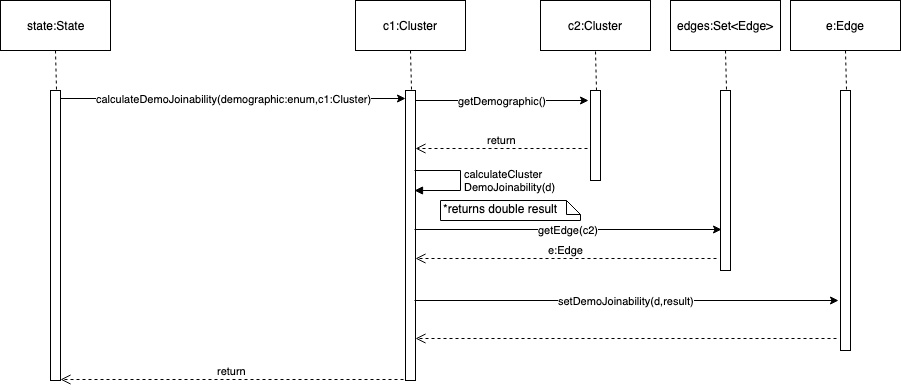
Above: Presentation/SequenceDiagrams/24. Use demographic data in the joinability function .png in Randypaquette13/CSE308New (draw.io), before the change. Source tidied: cells renumbered, new cells last; positions are measured from the earlier drawing's top-left corner, leaving out a move shared by most shapes. Source of this version:
```xml
<mxGraphModel>
  <root>
    <mxCell id="0" />
    <mxCell id="1" parent="0" />
    <mxCell id="2" style="html=1;points=[];perimeter=orthogonalPerimeter;" parent="1" vertex="1">
      <mxGeometry x="50" y="90" width="10" height="290" as="geometry" />
    </mxCell>
    <mxCell id="3" value="state:State" style="html=1;" parent="1" vertex="1">
      <mxGeometry width="110" height="50" as="geometry" />
    </mxCell>
    <mxCell id="4" style="endArrow=none;dashed=1;html=1;entryX=0.5;entryY=1;entryDx=0;entryDy=0;exitX=0.6;exitY=-0.004;exitDx=0;exitDy=0;exitPerimeter=0;" parent="1" edge="1" source="2" target="3">
      <mxGeometry relative="1" as="geometry" />
    </mxCell>
    <mxCell id="5" style="html=1;points=[];perimeter=orthogonalPerimeter;" parent="1" vertex="1">
      <mxGeometry x="405" y="90" width="10" height="290" as="geometry" />
    </mxCell>
    <mxCell id="6" value="c1:Cluster" style="html=1;" parent="1" vertex="1">
      <mxGeometry x="355" width="110" height="50" as="geometry" />
    </mxCell>
    <mxCell id="7" style="endArrow=none;dashed=1;html=1;entryX=0.5;entryY=1;entryDx=0;entryDy=0;exitX=0.6;exitY=-0.004;exitDx=0;exitDy=0;exitPerimeter=0;" parent="1" edge="1" source="5" target="6">
      <mxGeometry relative="1" as="geometry" />
    </mxCell>
    <mxCell id="8" value="calculateDemoJoinability(demographic:enum,c1:Cluster)" style="endArrow=classic;html=1;exitX=1;exitY=0.026;exitDx=0;exitDy=0;exitPerimeter=0;entryX=0;entryY=0.026;entryDx=0;entryDy=0;entryPerimeter=0;" parent="1" edge="1" source="2" target="5">
      <mxGeometry relative="1" as="geometry" />
    </mxCell>
    <mxCell id="9" style="html=1;points=[];perimeter=orthogonalPerimeter;" parent="1" vertex="1">
      <mxGeometry x="590" y="90" width="10" height="90" as="geometry" />
    </mxCell>
    <mxCell id="10" value="c2:Cluster" style="html=1;" parent="1" vertex="1">
      <mxGeometry x="540" width="110" height="50" as="geometry" />
    </mxCell>
    <mxCell id="11" style="endArrow=none;dashed=1;html=1;entryX=0.5;entryY=1;entryDx=0;entryDy=0;exitX=0.6;exitY=-0.004;exitDx=0;exitDy=0;exitPerimeter=0;" parent="1" edge="1" source="9" target="10">
      <mxGeometry relative="1" as="geometry" />
    </mxCell>
    <mxCell id="12" style="html=1;points=[];perimeter=orthogonalPerimeter;" parent="1" vertex="1">
      <mxGeometry x="840" y="90" width="10" height="260" as="geometry" />
    </mxCell>
    <mxCell id="13" value="e:Edge" style="html=1;" parent="1" vertex="1">
      <mxGeometry x="790" width="110" height="50" as="geometry" />
    </mxCell>
    <mxCell id="14" style="endArrow=none;dashed=1;html=1;entryX=0.5;entryY=1;entryDx=0;entryDy=0;exitX=0.6;exitY=-0.004;exitDx=0;exitDy=0;exitPerimeter=0;" parent="1" edge="1" source="12" target="13">
      <mxGeometry relative="1" as="geometry" />
    </mxCell>
    <mxCell id="15" style="html=1;points=[];perimeter=orthogonalPerimeter;" parent="1" vertex="1">
      <mxGeometry x="720" y="90" width="10" height="180" as="geometry" />
    </mxCell>
    <mxCell id="16" value="edges:Set&amp;lt;Edge&amp;gt;" style="html=1;" parent="1" vertex="1">
      <mxGeometry x="670" width="110" height="50" as="geometry" />
    </mxCell>
    <mxCell id="17" style="endArrow=none;dashed=1;html=1;entryX=0.5;entryY=1;entryDx=0;entryDy=0;exitX=0.6;exitY=-0.004;exitDx=0;exitDy=0;exitPerimeter=0;" parent="1" edge="1" source="15" target="16">
      <mxGeometry relative="1" as="geometry" />
    </mxCell>
    <mxCell id="18" value="getDemographic()" style="endArrow=classic;html=1;exitX=1.1;exitY=0.017;exitDx=0;exitDy=0;exitPerimeter=0;" parent="1" edge="1">
      <mxGeometry relative="1" as="geometry">
        <mxPoint x="415" y="100" as="sourcePoint" />
        <mxPoint x="588" y="100" as="targetPoint" />
      </mxGeometry>
    </mxCell>
    <mxCell id="19" value="getEdge(c2)" style="endArrow=classic;html=1;entryX=0.1;entryY=0.772;entryDx=0;entryDy=0;entryPerimeter=0;" parent="1" edge="1" target="15">
      <mxGeometry relative="1" as="geometry">
        <mxPoint x="414" y="229" as="sourcePoint" />
      </mxGeometry>
    </mxCell>
    <mxCell id="20" value="setDemoJoinability(d,result)" style="endArrow=classic;html=1;entryX=-0.2;entryY=0.808;entryDx=0;entryDy=0;entryPerimeter=0;" parent="1" edge="1" target="12">
      <mxGeometry relative="1" as="geometry">
        <mxPoint x="414" y="300" as="sourcePoint" />
      </mxGeometry>
    </mxCell>
    <mxCell id="21" value="return" style="html=1;verticalAlign=bottom;endArrow=open;dashed=1;endSize=8;exitX=-0.2;exitY=0.997;exitDx=0;exitDy=0;exitPerimeter=0;" parent="1" edge="1" source="5" target="2">
      <mxGeometry relative="1" as="geometry" />
    </mxCell>
    <mxCell id="22" value="return" style="html=1;verticalAlign=bottom;endArrow=open;dashed=1;endSize=8;exitX=-0.3;exitY=0.644;exitDx=0;exitDy=0;exitPerimeter=0;" parent="1" edge="1" source="9" target="5">
      <mxGeometry relative="1" as="geometry" />
    </mxCell>
    <mxCell id="23" value="e:Edge" style="html=1;verticalAlign=bottom;endArrow=open;dashed=1;endSize=8;exitX=-0.4;exitY=0.933;exitDx=0;exitDy=0;exitPerimeter=0;" parent="1" edge="1" source="15" target="5">
      <mxGeometry relative="1" as="geometry" />
    </mxCell>
    <mxCell id="24" style="html=1;verticalAlign=bottom;endArrow=open;dashed=1;endSize=8;exitX=-0.4;exitY=0.954;exitDx=0;exitDy=0;exitPerimeter=0;" parent="1" edge="1" source="12" target="5">
      <mxGeometry relative="1" as="geometry" />
    </mxCell>
    <mxCell id="25" value="calculateCluster&lt;br&gt;DemoJoinability(d)" style="edgeStyle=orthogonalEdgeStyle;html=1;align=left;spacingLeft=2;endArrow=block;rounded=0;" parent="1" edge="1">
      <mxGeometry relative="1" as="geometry">
        <mxPoint x="414" y="170" as="sourcePoint" />
        <mxPoint x="414" y="190" as="targetPoint" />
        <Array as="points">
          <mxPoint x="460" y="170" />
          <mxPoint x="460" y="190" />
          <mxPoint x="414" y="190" />
        </Array>
      </mxGeometry>
    </mxCell>
    <mxCell id="26" value="*returns double result" style="shape=note;whiteSpace=wrap;html=1;size=14;verticalAlign=top;align=left;spacingTop=-6;" parent="1" vertex="1">
      <mxGeometry x="440" y="200" width="140" height="20" as="geometry" />
    </mxCell>
  </root>
</mxGraphModel>
```
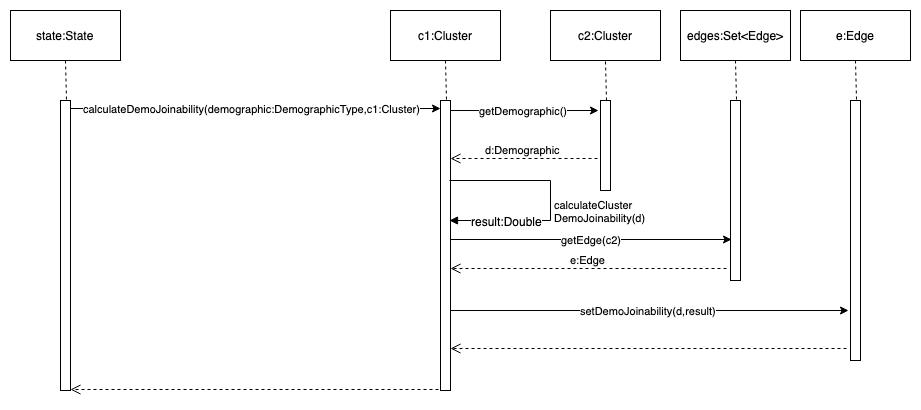
After the commit.

Commit message:
#24 Sequence Diagram

Change to the diagram source:
```diff
@@ -12,15 +12,15 @@
       <mxGeometry relative="1" as="geometry" />
     </mxCell>
     <mxCell id="5" style="html=1;points=[];perimeter=orthogonalPerimeter;" parent="1" vertex="1">
-      <mxGeometry x="405" y="90" width="10" height="290" as="geometry" />
+      <mxGeometry x="430" y="90" width="10" height="290" as="geometry" />
     </mxCell>
     <mxCell id="6" value="c1:Cluster" style="html=1;" parent="1" vertex="1">
-      <mxGeometry x="355" width="110" height="50" as="geometry" />
+      <mxGeometry x="380" width="110" height="50" as="geometry" />
     </mxCell>
     <mxCell id="7" style="endArrow=none;dashed=1;html=1;entryX=0.5;entryY=1;entryDx=0;entryDy=0;exitX=0.6;exitY=-0.004;exitDx=0;exitDy=0;exitPerimeter=0;" parent="1" edge="1" source="5" target="6">
       <mxGeometry relative="1" as="geometry" />
     </mxCell>
-    <mxCell id="8" value="calculateDemoJoinability(demographic:enum,c1:Cluster)" style="endArrow=classic;html=1;exitX=1;exitY=0.026;exitDx=0;exitDy=0;exitPerimeter=0;entryX=0;entryY=0.026;entryDx=0;entryDy=0;entryPerimeter=0;" parent="1" edge="1" source="2" target="5">
+    <mxCell id="8" value="calculateDemoJoinability(demographic:DemographicType,c1:Cluster)" style="endArrow=classic;html=1;exitX=1;exitY=0.026;exitDx=0;exitDy=0;exitPerimeter=0;entryX=0;entryY=0.026;entryDx=0;entryDy=0;entryPerimeter=0;" parent="1" edge="1" source="2" target="5">
       <mxGeometry relative="1" as="geometry" />
     </mxCell>
     <mxCell id="9" style="html=1;points=[];perimeter=orthogonalPerimeter;" parent="1" vertex="1">
@@ -50,26 +50,21 @@
     <mxCell id="17" style="endArrow=none;dashed=1;html=1;entryX=0.5;entryY=1;entryDx=0;entryDy=0;exitX=0.6;exitY=-0.004;exitDx=0;exitDy=0;exitPerimeter=0;" parent="1" edge="1" source="15" target="16">
       <mxGeometry relative="1" as="geometry" />
     </mxCell>
-    <mxCell id="18" value="getDemographic()" style="endArrow=classic;html=1;exitX=1.1;exitY=0.017;exitDx=0;exitDy=0;exitPerimeter=0;" parent="1" edge="1">
+    <mxCell id="18" value="getDemographic()" style="endArrow=classic;html=1;" parent="1" edge="1" source="5">
       <mxGeometry relative="1" as="geometry">
-        <mxPoint x="415" y="100" as="sourcePoint" />
         <mxPoint x="588" y="100" as="targetPoint" />
       </mxGeometry>
     </mxCell>
-    <mxCell id="19" value="getEdge(c2)" style="endArrow=classic;html=1;entryX=0.1;entryY=0.772;entryDx=0;entryDy=0;entryPerimeter=0;" parent="1" edge="1" target="15">
-      <mxGeometry relative="1" as="geometry">
-        <mxPoint x="414" y="229" as="sourcePoint" />
-      </mxGeometry>
+    <mxCell id="19" value="getEdge(c2)" style="endArrow=classic;html=1;entryX=0.1;entryY=0.772;entryDx=0;entryDy=0;entryPerimeter=0;" parent="1" edge="1" source="5" target="15">
+      <mxGeometry relative="1" as="geometry" />
     </mxCell>
-    <mxCell id="20" value="setDemoJoinability(d,result)" style="endArrow=classic;html=1;entryX=-0.2;entryY=0.808;entryDx=0;entryDy=0;entryPerimeter=0;" parent="1" edge="1" target="12">
-      <mxGeometry relative="1" as="geometry">
-        <mxPoint x="414" y="300" as="sourcePoint" />
-      </mxGeometry>
+    <mxCell id="20" value="setDemoJoinability(d,result)" style="endArrow=classic;html=1;entryX=-0.2;entryY=0.808;entryDx=0;entryDy=0;entryPerimeter=0;" parent="1" edge="1" source="5" target="12">
+      <mxGeometry relative="1" as="geometry" />
     </mxCell>
-    <mxCell id="21" value="return" style="html=1;verticalAlign=bottom;endArrow=open;dashed=1;endSize=8;exitX=-0.2;exitY=0.997;exitDx=0;exitDy=0;exitPerimeter=0;" parent="1" edge="1" source="5" target="2">
+    <mxCell id="21" style="html=1;verticalAlign=bottom;endArrow=open;dashed=1;endSize=8;exitX=-0.2;exitY=0.997;exitDx=0;exitDy=0;exitPerimeter=0;" parent="1" edge="1" source="5" target="2">
       <mxGeometry relative="1" as="geometry" />
     </mxCell>
-    <mxCell id="22" value="return" style="html=1;verticalAlign=bottom;endArrow=open;dashed=1;endSize=8;exitX=-0.3;exitY=0.644;exitDx=0;exitDy=0;exitPerimeter=0;" parent="1" edge="1" source="9" target="5">
+    <mxCell id="22" value="d:Demographic" style="html=1;verticalAlign=bottom;endArrow=open;dashed=1;endSize=8;exitX=-0.3;exitY=0.644;exitDx=0;exitDy=0;exitPerimeter=0;" parent="1" edge="1" source="9" target="5">
       <mxGeometry relative="1" as="geometry" />
     </mxCell>
     <mxCell id="23" value="e:Edge" style="html=1;verticalAlign=bottom;endArrow=open;dashed=1;endSize=8;exitX=-0.4;exitY=0.933;exitDx=0;exitDy=0;exitPerimeter=0;" parent="1" edge="1" source="15" target="5">
@@ -79,18 +74,17 @@
       <mxGeometry relative="1" as="geometry" />
     </mxCell>
     <mxCell id="25" value="calculateCluster&lt;br&gt;DemoJoinability(d)" style="edgeStyle=orthogonalEdgeStyle;html=1;align=left;spacingLeft=2;endArrow=block;rounded=0;" parent="1" edge="1">
-      <mxGeometry relative="1" as="geometry">
-        <mxPoint x="414" y="170" as="sourcePoint" />
-        <mxPoint x="414" y="190" as="targetPoint" />
+      <mxGeometry x="0.08" relative="1" as="geometry">
+        <mxPoint x="439" y="170" as="sourcePoint" />
+        <mxPoint x="439" y="210" as="targetPoint" />
         <Array as="points">
-          <mxPoint x="460" y="170" />
-          <mxPoint x="460" y="190" />
-          <mxPoint x="414" y="190" />
+          <mxPoint x="540" y="170" />
+          <mxPoint x="540" y="210" />
         </Array>
       </mxGeometry>
     </mxCell>
-    <mxCell id="26" value="*returns double result" style="shape=note;whiteSpace=wrap;html=1;size=14;verticalAlign=top;align=left;spacingTop=-6;" parent="1" vertex="1">
-      <mxGeometry x="440" y="200" width="140" height="20" as="geometry" />
-    </mxCell>
+    <mxCell id="27" value="result:Double" style="text;html=1;align=center;verticalAlign=middle;labelBackgroundColor=#ffffff;" parent="25" vertex="1">
+      <mxGeometry x="0.53" relative="1" as="geometry" />
+    </mxCell>
   </root>
 </mxGraphModel>
```
